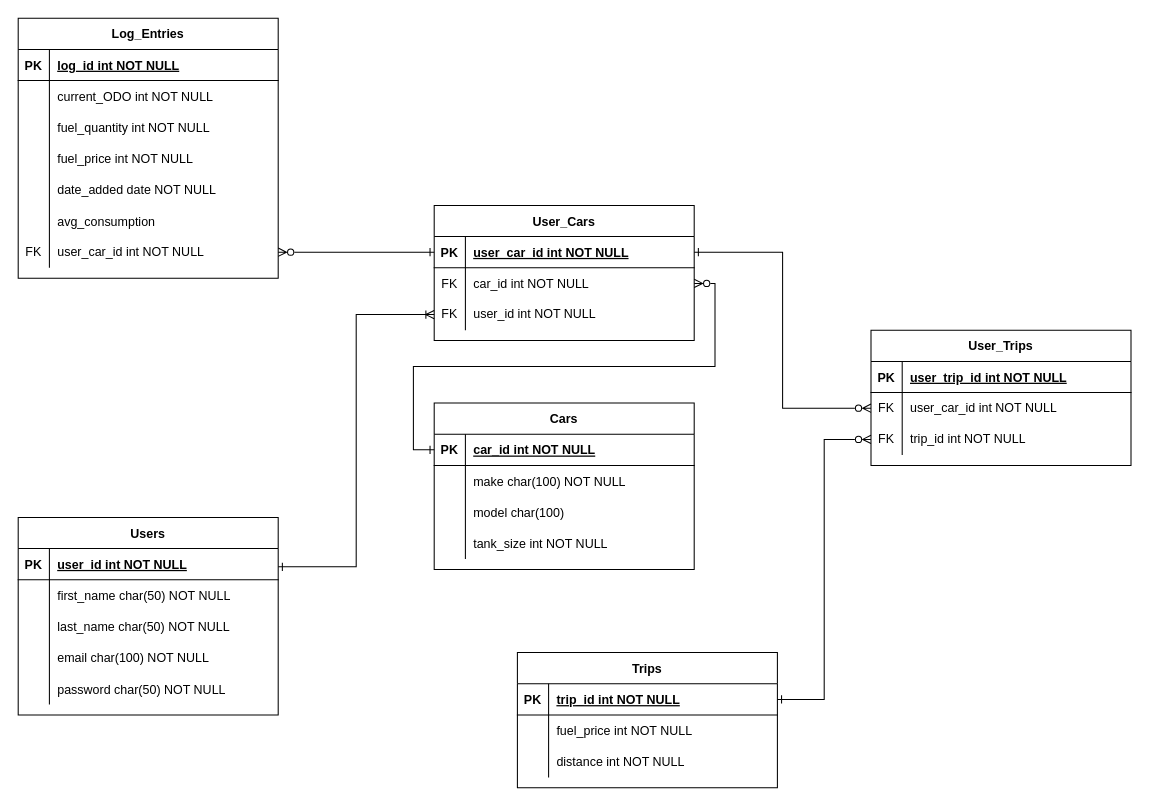
This is Fuel-log-API-ERD.drawio from jordansaker/ERDs, a draw.io file, before an edit. Source tidied: cells renumbered, new cells numbered last; positions are measured from the earlier drawing's top-left corner, leaving out a move shared by most shapes. Both pictures are drawn from the tidied source at 104%, with x=0, y=0 at pixel (18, 18).
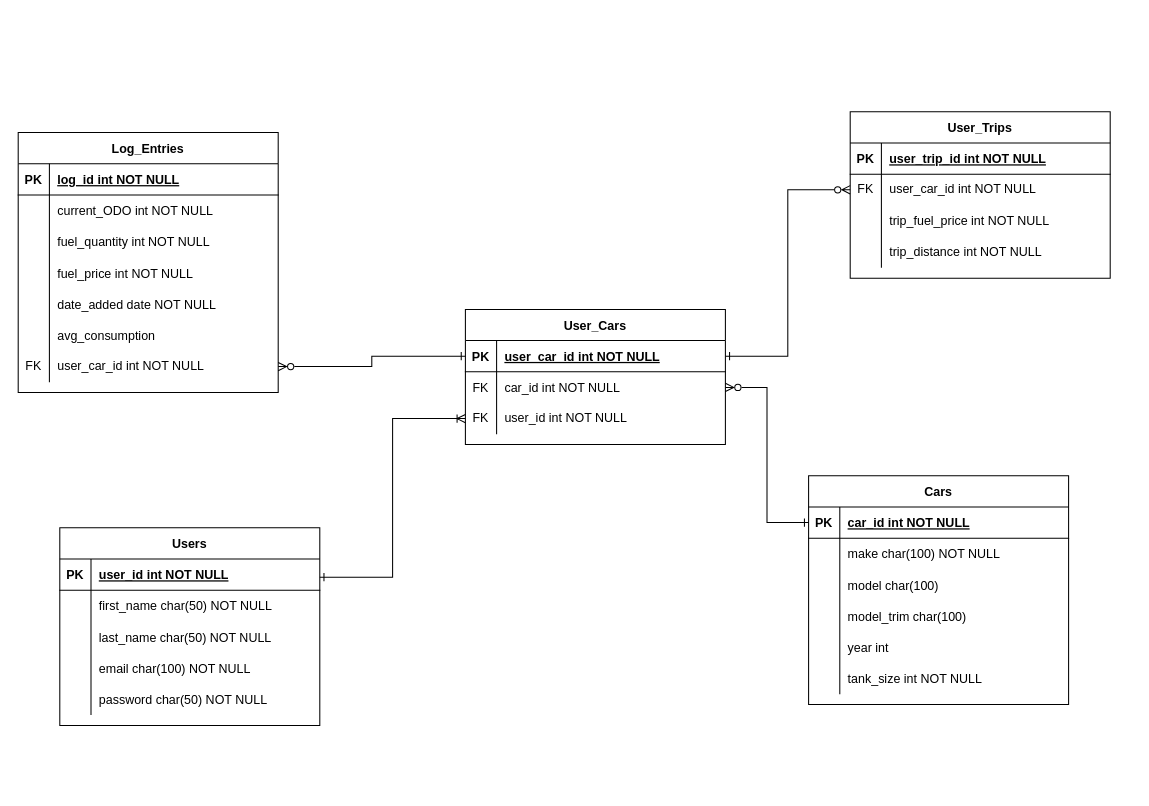
Above is the later version.

The change refers to these unchanged cells:
```xml
<mxCell id="16" style="shape=partialRectangle;fillColor=none;points=[[0,0.5],[1,0.5]];portConstraint=eastwest;top=0;left=0;right=0;bottom=1;" parent="15" vertex="1">
  <mxGeometry y="30" width="250" height="30" as="geometry" />
</mxCell>
<mxCell id="60" style="shape=tableRow;horizontal=0;startSize=0;swimlaneHead=0;swimlaneBody=0;fillColor=none;points=[[0,0.5],[1,0.5]];portConstraint=eastwest;top=0;left=0;right=0;bottom=0;" parent="41" vertex="1">
  <mxGeometry y="210" width="250" height="30" as="geometry" />
</mxCell>
<mxCell id="77" style="shape=tableRow;horizontal=0;startSize=0;swimlaneHead=0;swimlaneBody=0;fillColor=none;points=[[0,0.5],[1,0.5]];portConstraint=eastwest;top=0;left=0;right=0;bottom=0;" parent="73" vertex="1">
  <mxGeometry y="60" width="250" height="30" as="geometry" />
</mxCell>
<mxCell id="80" style="shape=tableRow;horizontal=0;startSize=0;swimlaneHead=0;swimlaneBody=0;fillColor=none;points=[[0,0.5],[1,0.5]];portConstraint=eastwest;top=0;left=0;right=0;bottom=0;" parent="73" vertex="1">
  <mxGeometry y="90" width="250" height="30" as="geometry" />
</mxCell>
```

Diff of the diagram source:
```diff
@@
     <mxCell id="2" value="Cars" style="shape=table;startSize=30;childLayout=tableLayout;rowLines=0;fontStyle=1;align=center;" parent="1" vertex="1">
-      <mxGeometry x="400" y="370" width="250" height="160" as="geometry" />
+      <mxGeometry x="760" y="440" width="250" height="220" as="geometry" />
     </mxCell>
@@
+    <mxCell id="88" style="shape=tableRow;horizontal=0;startSize=0;swimlaneHead=0;swimlaneBody=0;fillColor=none;top=0;left=0;right=0;bottom=0;" parent="2" vertex="1">
+      <mxGeometry y="120" width="250" height="30" as="geometry" />
+    </mxCell>
+    <mxCell id="89" style="shape=partialRectangle;fillColor=none;top=0;left=0;bottom=0;right=0;overflow=hidden;" parent="88" vertex="1">
+      <mxGeometry width="30" height="30" as="geometry" />
+    </mxCell>
+    <mxCell id="90" value="model_trim char(100)" style="shape=partialRectangle;fillColor=none;top=0;left=0;bottom=0;right=0;align=left;spacingLeft=6;overflow=hidden;" parent="88" vertex="1">
+      <mxGeometry x="30" width="220" height="30" as="geometry" />
+    </mxCell>
+    <mxCell id="91" style="shape=tableRow;horizontal=0;startSize=0;swimlaneHead=0;swimlaneBody=0;fillColor=none;top=0;left=0;right=0;bottom=0;" parent="2" vertex="1">
+      <mxGeometry y="150" width="250" height="30" as="geometry" />
+    </mxCell>
+    <mxCell id="92" style="shape=partialRectangle;fillColor=none;top=0;left=0;bottom=0;right=0;overflow=hidden;" parent="91" vertex="1">
+      <mxGeometry width="30" height="30" as="geometry" />
+    </mxCell>
+    <mxCell id="93" value="year int" style="shape=partialRectangle;fillColor=none;top=0;left=0;bottom=0;right=0;align=left;spacingLeft=6;overflow=hidden;" parent="91" vertex="1">
+      <mxGeometry x="30" width="220" height="30" as="geometry" />
+    </mxCell>
     <mxCell id="12" style="shape=partialRectangle;fillColor=none;top=0;left=0;right=0;bottom=0;" parent="2" vertex="1">
-      <mxGeometry y="120" width="250" height="30" as="geometry" />
+      <mxGeometry y="180" width="250" height="30" as="geometry" />
     </mxCell>
@@
     <mxCell id="15" value="User_Cars" style="shape=table;startSize=30;childLayout=tableLayout;rowLines=0;fontStyle=1;align=center;" parent="1" vertex="1">
-      <mxGeometry x="400" y="180" width="250" height="130" as="geometry" />
+      <mxGeometry x="430" y="280" width="250" height="130" as="geometry" />
     </mxCell>
@@
     <mxCell id="25" value="Users" style="shape=table;startSize=30;childLayout=tableLayout;rowLines=0;fontStyle=1;align=center;" parent="1" vertex="1">
-      <mxGeometry y="480" width="250" height="190" as="geometry" />
+      <mxGeometry x="40" y="490" width="250" height="190" as="geometry" />
     </mxCell>
@@
     <mxCell id="41" value="Log_Entries" style="shape=table;startSize=30;childLayout=tableLayout;rowLines=0;fontStyle=1;align=center;" parent="1" vertex="1">
-      <mxGeometry width="250" height="250" as="geometry" />
+      <mxGeometry y="110" width="250" height="250" as="geometry" />
     </mxCell>
@@
-    <mxCell id="63" value="Trips" style="shape=table;startSize=30;childLayout=tableLayout;rowLines=0;fontStyle=1;align=center;" parent="1" vertex="1">
-      <mxGeometry x="480" y="610" width="250" height="130" as="geometry" />
-    </mxCell>
-    <mxCell id="64" style="shape=partialRectangle;fillColor=none;points=[[0,0.5],[1,0.5]];portConstraint=eastwest;top=0;left=0;right=0;bottom=1;" parent="63" vertex="1">
-      <mxGeometry y="30" width="250" height="30" as="geometry" />
-    </mxCell>
-    <mxCell id="65" value="PK" style="shape=partialRectangle;overflow=hidden;fillColor=none;top=0;left=0;bottom=0;right=0;fontStyle=1;" parent="64" vertex="1">
-      <mxGeometry width="30" height="30" as="geometry" />
-    </mxCell>
-    <mxCell id="66" value="trip_id int NOT NULL " style="shape=partialRectangle;overflow=hidden;fillColor=none;top=0;left=0;bottom=0;right=0;align=left;spacingLeft=6;fontStyle=5;" parent="64" vertex="1">
-      <mxGeometry x="30" width="220" height="30" as="geometry" />
-    </mxCell>
-    <mxCell id="67" style="shape=partialRectangle;fillColor=none;top=0;left=0;right=0;bottom=0;" parent="63" vertex="1">
-      <mxGeometry y="60" width="250" height="30" as="geometry" />
-    </mxCell>
-    <mxCell id="68" style="shape=partialRectangle;overflow=hidden;fillColor=none;top=0;left=0;bottom=0;right=0;" parent="67" vertex="1">
-      <mxGeometry width="30" height="30" as="geometry" />
-    </mxCell>
-    <mxCell id="69" value="fuel_price int NOT NULL" style="shape=partialRectangle;overflow=hidden;fillColor=none;top=0;left=0;bottom=0;right=0;align=left;spacingLeft=6;" parent="67" vertex="1">
-      <mxGeometry x="30" width="220" height="30" as="geometry" />
-    </mxCell>
-    <mxCell id="70" style="shape=partialRectangle;fillColor=none;top=0;left=0;right=0;bottom=0;" parent="63" vertex="1">
-      <mxGeometry y="90" width="250" height="30" as="geometry" />
-    </mxCell>
-    <mxCell id="71" style="shape=partialRectangle;overflow=hidden;fillColor=none;top=0;left=0;bottom=0;right=0;" parent="70" vertex="1">
-      <mxGeometry width="30" height="30" as="geometry" />
-    </mxCell>
-    <mxCell id="72" value="distance int NOT NULL" style="shape=partialRectangle;overflow=hidden;fillColor=none;top=0;left=0;bottom=0;right=0;align=left;spacingLeft=6;" parent="70" vertex="1">
-      <mxGeometry x="30" width="220" height="30" as="geometry" />
-    </mxCell>
     <mxCell id="73" value="User_Trips" style="shape=table;startSize=30;childLayout=tableLayout;rowLines=0;fontStyle=1;align=center;" parent="1" vertex="1">
-      <mxGeometry x="820" y="300" width="250" height="130" as="geometry" />
+      <mxGeometry x="800" y="90" width="250" height="160" as="geometry" />
     </mxCell>
@@
-    <mxCell id="81" value="FK" style="shape=partialRectangle;fillColor=none;top=0;left=0;bottom=0;right=0;fontStyle=0;overflow=hidden;whiteSpace=wrap;html=1;" parent="80" vertex="1">
-      <mxGeometry width="30" height="30" as="geometry" />
-    </mxCell>
-    <mxCell id="82" value="trip_id int NOT NULL" style="shape=partialRectangle;fillColor=none;top=0;left=0;bottom=0;right=0;align=left;spacingLeft=6;fontStyle=0;overflow=hidden;whiteSpace=wrap;html=1;" parent="80" vertex="1">
-      <mxGeometry x="30" width="220" height="30" as="geometry" />
-    </mxCell>
+    <mxCell id="94" style="shape=partialRectangle;fillColor=none;top=0;left=0;bottom=0;right=0;fontStyle=0;overflow=hidden;whiteSpace=wrap;html=1;" parent="80" vertex="1">
+      <mxGeometry width="30" height="30" as="geometry" />
+    </mxCell>
+    <mxCell id="95" value="trip_fuel_price int NOT NULL" style="shape=partialRectangle;fillColor=none;top=0;left=0;bottom=0;right=0;align=left;spacingLeft=6;fontStyle=0;overflow=hidden;whiteSpace=wrap;html=1;" parent="80" vertex="1">
+      <mxGeometry x="30" width="220" height="30" as="geometry" />
+    </mxCell>
+    <mxCell id="96" style="shape=tableRow;horizontal=0;startSize=0;swimlaneHead=0;swimlaneBody=0;fillColor=none;top=0;left=0;right=0;bottom=0;" parent="73" vertex="1">
+      <mxGeometry y="120" width="250" height="30" as="geometry" />
+    </mxCell>
+    <mxCell id="97" style="shape=partialRectangle;fillColor=none;top=0;left=0;bottom=0;right=0;fontStyle=0;overflow=hidden;whiteSpace=wrap;html=1;" parent="96" vertex="1">
+      <mxGeometry width="30" height="30" as="geometry" />
+    </mxCell>
+    <mxCell id="98" value="trip_distance int NOT NULL" style="shape=partialRectangle;fillColor=none;top=0;left=0;bottom=0;right=0;align=left;spacingLeft=6;fontStyle=0;overflow=hidden;whiteSpace=wrap;html=1;" parent="96" vertex="1">
+      <mxGeometry x="30" width="220" height="30" as="geometry" />
+    </mxCell>
@@
-    <mxCell id="85" style="edgeStyle=orthogonalEdgeStyle;rounded=0;jettySize=auto;html=1;exitX=1;exitY=0.5;exitDx=0;exitDy=0;entryX=0;entryY=0.5;entryDx=0;entryDy=0;endArrow=ERzeroToMany;endFill=0;startArrow=ERone;startFill=0;" parent="1" edge="1" source="64" target="80">
-      <mxGeometry relative="1" as="geometry" />
-    </mxCell>
+    <mxCell id="87" style="edgeStyle=orthogonalEdgeStyle;rounded=0;jettySize=auto;html=1;exitX=1;exitY=0.5;exitDx=0;exitDy=0;entryX=0;entryY=0.5;entryDx=0;entryDy=0;startArrow=ERzeroToMany;startFill=0;endArrow=ERone;endFill=0;" parent="1" edge="1" source="60" target="16">
+      <mxGeometry relative="1" as="geometry" />
+    </mxCell>
-    <mxCell id="86" style="edgeStyle=orthogonalEdgeStyle;rounded=0;jettySize=auto;html=1;exitX=1;exitY=0.5;exitDx=0;exitDy=0;endArrow=ERzeroToMany;endFill=0;startArrow=ERone;startFill=0;" parent="1" edge="1" source="16" target="77">
+    <mxCell id="86" style="edgeStyle=orthogonalEdgeStyle;rounded=0;jettySize=auto;html=1;exitX=1;exitY=0.5;exitDx=0;exitDy=0;entryX=0;entryY=0.5;entryDx=0;entryDy=0;endArrow=ERzeroToMany;endFill=0;startArrow=ERone;startFill=0;" parent="1" edge="1" source="16" target="77">
       <mxGeometry relative="1" as="geometry" />
     </mxCell>
-    <mxCell id="87" style="edgeStyle=orthogonalEdgeStyle;rounded=0;jettySize=auto;html=1;exitX=1;exitY=0.5;exitDx=0;exitDy=0;entryX=0;entryY=0.5;entryDx=0;entryDy=0;startArrow=ERzeroToMany;startFill=0;endArrow=ERone;endFill=0;" parent="1" edge="1" source="60" target="16">
-      <mxGeometry relative="1" as="geometry" />
-    </mxCell>
```
